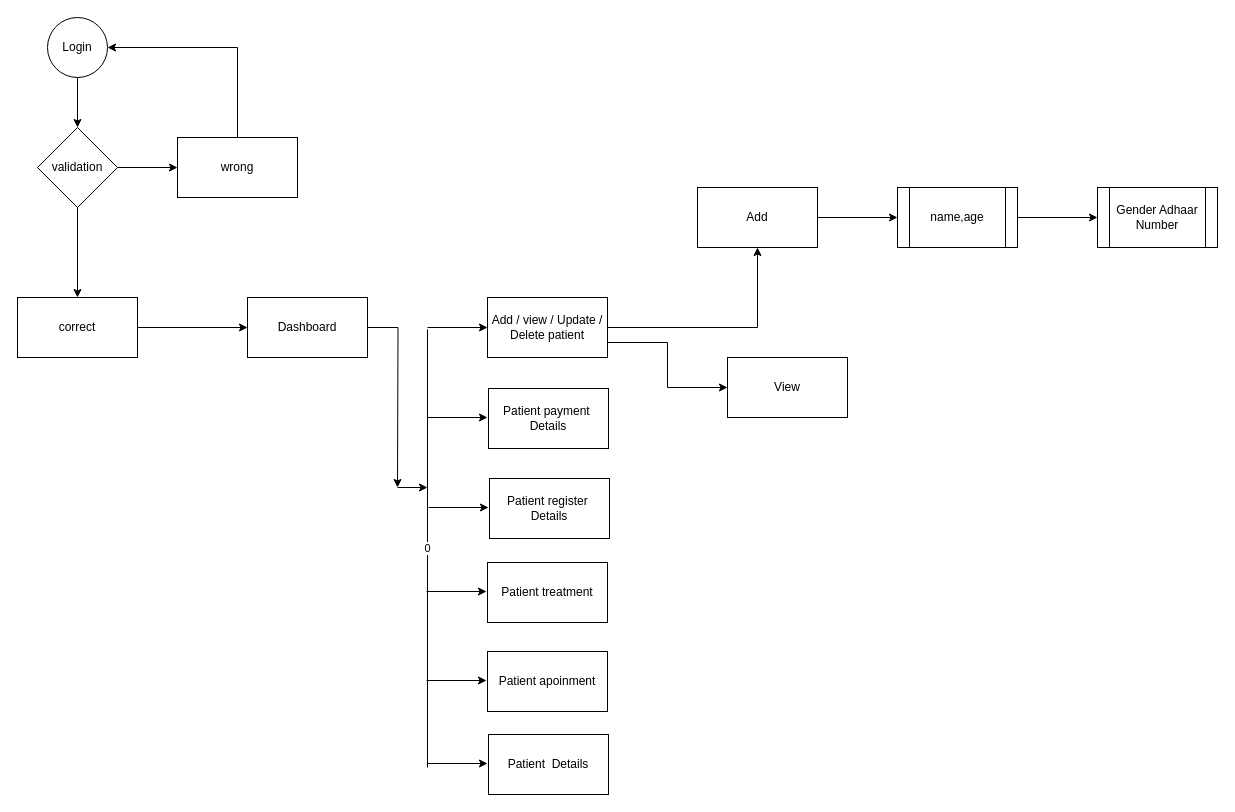
Sandeshhalagi/Ai keeps this draw.io diagram as ai.drawio. Above is the earlier version. Source tidied: cells renumbered, new cells numbered last; positions are measured from the earlier drawing's top-left corner, leaving out a move shared by most shapes. Both pictures are drawn from the tidied source at 100%, with x=0, y=0 at pixel (17, 17).
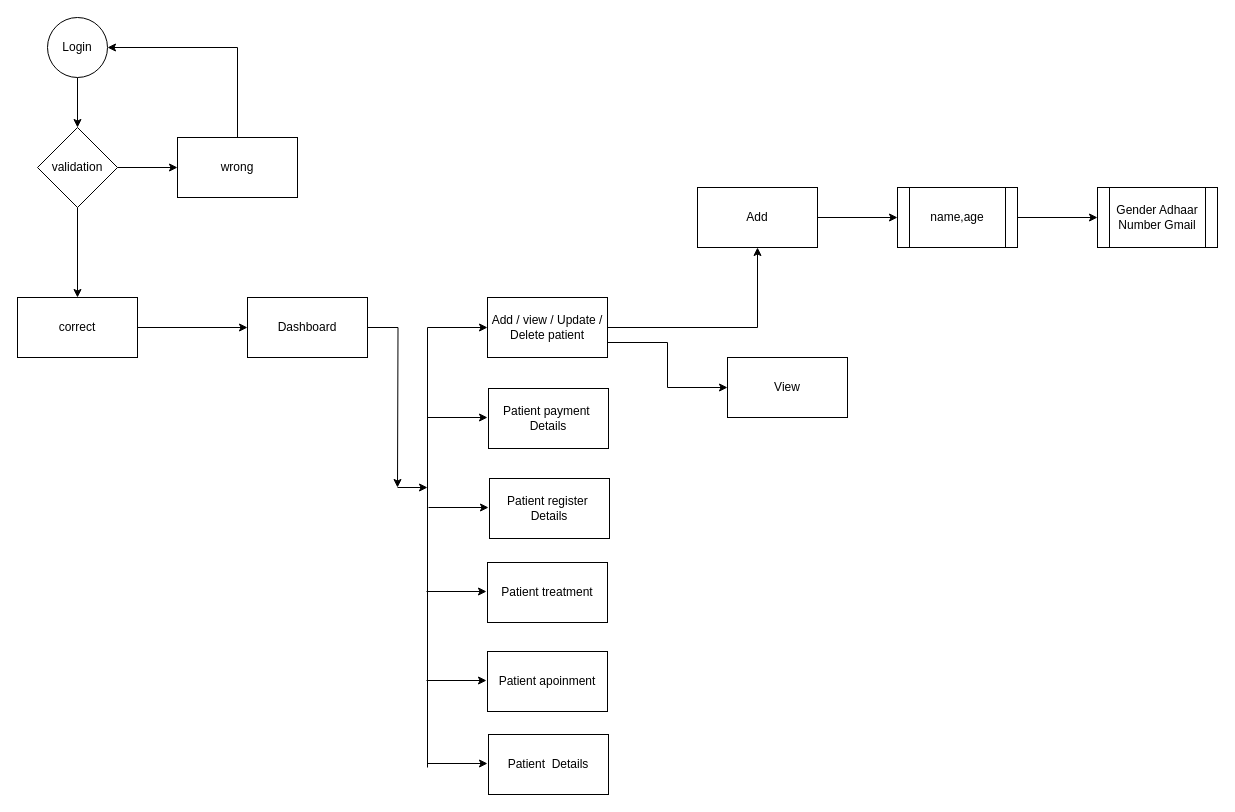
Above is the later version.

What changed in the source:
```diff
@@
-    <mxCell id="16" value="0" style="endArrow=none;html=1;rounded=0;" parent="1" edge="1">
-      <mxGeometry relative="1" as="geometry">
-        <mxPoint x="410" y="750" as="sourcePoint" />
-        <mxPoint x="410" y="312" as="targetPoint" />
-      </mxGeometry>
-    </mxCell>
@@
-    <mxCell id="34" value="Gender Adhaar Number" style="shape=process;whiteSpace=wrap;html=1;backgroundOutline=1;" parent="1" vertex="1">
+    <mxCell id="34" value="Gender Adhaar Number Gmail" style="shape=process;whiteSpace=wrap;html=1;backgroundOutline=1;" parent="1" vertex="1">
       <mxGeometry x="1080" y="170" width="120" height="60" as="geometry" />
     </mxCell>
+    <mxCell id="35" style="endArrow=none;html=1;rounded=0;" parent="1" edge="1">
+      <mxGeometry relative="1" as="geometry">
+        <mxPoint x="410" y="750" as="sourcePoint" />
+        <mxPoint x="410" y="310" as="targetPoint" />
+      </mxGeometry>
+    </mxCell>
```
